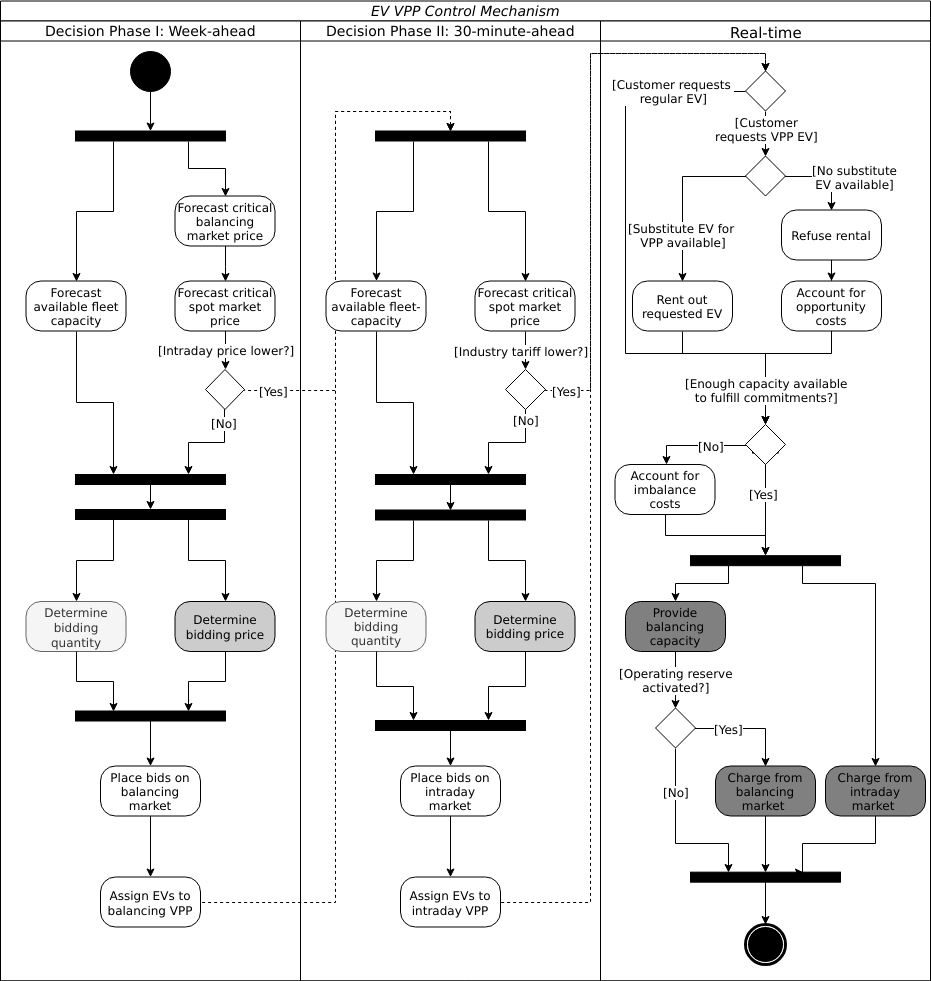
Above: fig/control_mechanism.png in indyfree/ma-thesis (draw.io), before the change. Source tidied: cells renumbered, new cells last; positions are measured from the earlier drawing's top-left corner, leaving out a move shared by most shapes.
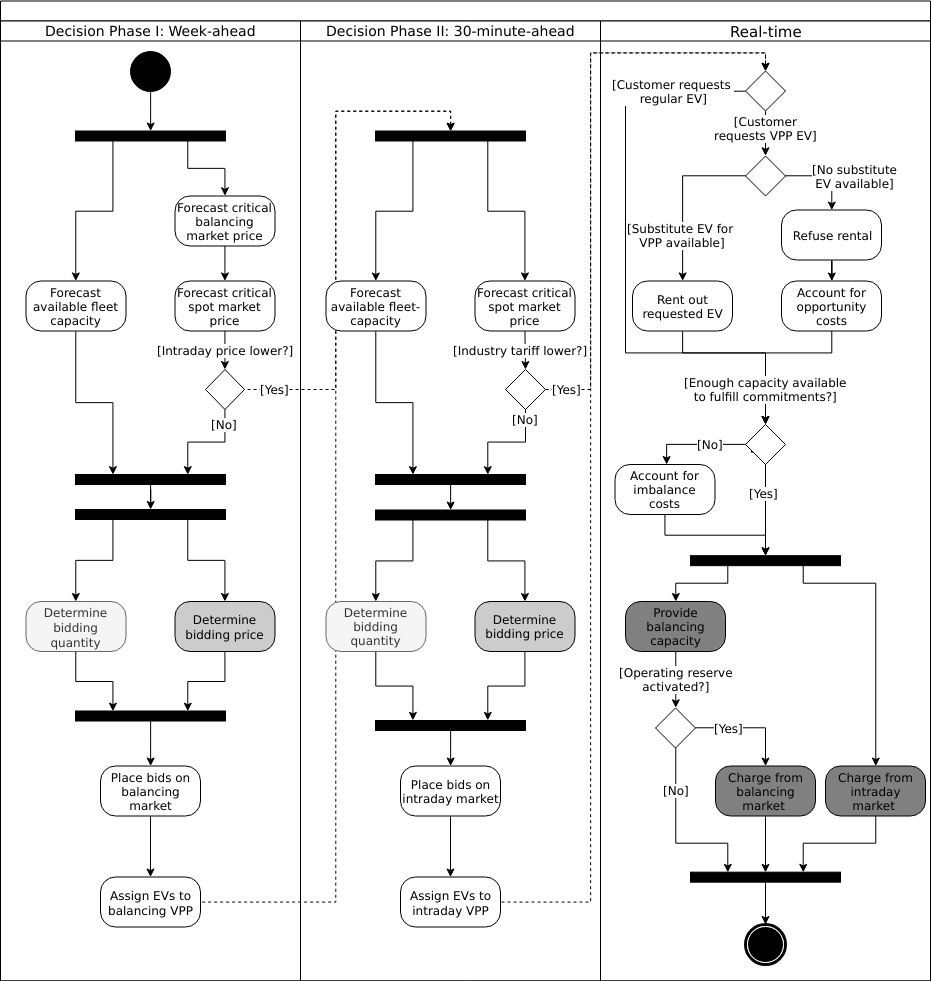
After the change.

Commit message:
[src/model] Use "Refuse" in figure

What changed in the source:
```diff
@@ -2,7 +2,7 @@
   <root>
     <mxCell id="0" />
     <mxCell id="1" parent="0" />
-    <mxCell id="2" value="&lt;span style=&quot;font-weight: normal&quot;&gt;&lt;font style=&quot;font-size: 14px&quot;&gt;&lt;i&gt;EV VPP Control Mechanism&lt;/i&gt;&lt;/font&gt;&lt;/span&gt;" style="swimlane;html=1;startSize=20;fontFamily=Verdana;" parent="1" vertex="1">
+    <mxCell id="2" style="swimlane;html=1;startSize=20;fontFamily=Verdana;" parent="1" vertex="1">
       <mxGeometry y="0.5" width="930" height="980" as="geometry" />
     </mxCell>
     <mxCell id="3" style="edgeStyle=orthogonalEdgeStyle;rounded=0;jettySize=auto;html=1;startArrow=classic;startFill=1;endArrow=none;endFill=0;fontFamily=Verdana;fontSize=12;exitX=0.5;exitY=0;exitDx=0;exitDy=0;dashed=1;entryX=1;entryY=0.5;entryDx=0;entryDy=0;" parent="2" edge="1" source="42" target="31">
```
